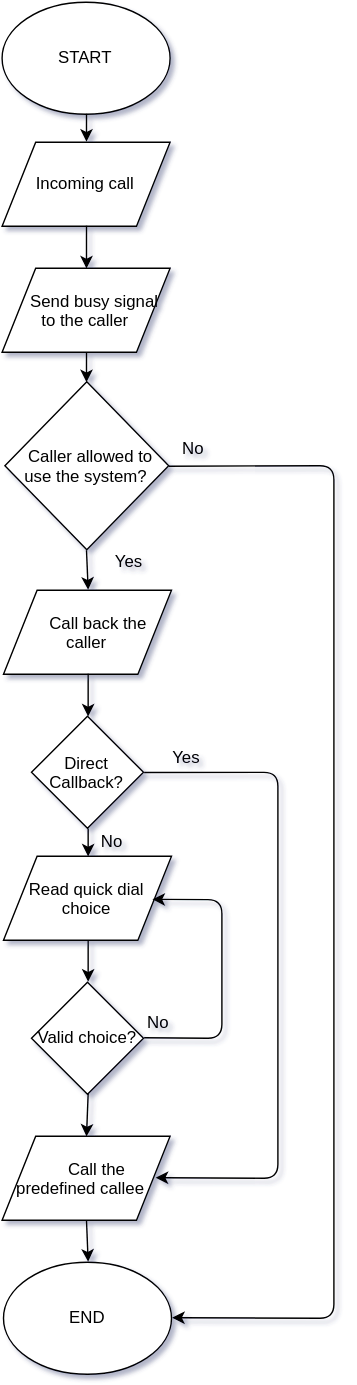
Before: docs/DISA.svg, a diagram exported from draw.io (zburgermeiszter/asterisk-disa-callback). Source tidied: cells renumbered, new cells last; positions are measured from the earlier drawing's top-left corner, leaving out a move shared by most shapes. Its diagram source:
```xml
<mxGraphModel background="#ffffff">
  <root>
    <mxCell id="0" />
    <mxCell id="1" parent="0" />
    <mxCell id="2" value="&amp;nbsp; Caller&lt;span style=&quot;line-height: 1.2&quot;&gt;&amp;nbsp;allowed to use the system?&lt;/span&gt;" style="rhombus;whiteSpace=wrap;html=1;" parent="1" vertex="1">
      <mxGeometry x="2" y="271" width="117" height="120" as="geometry" />
    </mxCell>
    <mxCell id="3" value="START" style="ellipse;whiteSpace=wrap;html=1;" parent="1" vertex="1">
      <mxGeometry width="120" height="80" as="geometry" />
    </mxCell>
    <mxCell id="4" value="Incoming call" style="shape=parallelogram;whiteSpace=wrap;html=1;" parent="1" vertex="1">
      <mxGeometry y="100" width="120" height="60" as="geometry" />
    </mxCell>
    <mxCell id="5" style="endArrow=classic;html=1;entryX=0.5;entryY=0;exitX=0.5;exitY=1;" parent="1" edge="1" source="3" target="4">
      <mxGeometry relative="1" as="geometry" />
    </mxCell>
    <mxCell id="6" value="Yes" style="text;html=1;align=left;verticalAlign=top;spacingTop=-4;" parent="1" vertex="1">
      <mxGeometry x="79" y="390" width="40" height="20" as="geometry" />
    </mxCell>
    <mxCell id="7" value="&amp;nbsp; &amp;nbsp; Send busy signal to the caller" style="shape=parallelogram;whiteSpace=wrap;html=1;" parent="1" vertex="1">
      <mxGeometry y="190" width="120" height="60" as="geometry" />
    </mxCell>
    <mxCell id="8" value="Direct Callback?" style="rhombus;whiteSpace=wrap;html=1;" parent="1" vertex="1">
      <mxGeometry x="21" y="510" width="80" height="80" as="geometry" />
    </mxCell>
    <mxCell id="9" style="endArrow=classic;html=1;exitX=1;exitY=0.5;entryX=0.91;entryY=0.494;entryPerimeter=0;" parent="1" edge="1" source="8" target="26">
      <mxGeometry relative="1" as="geometry">
        <Array as="points">
          <mxPoint x="197" y="550" />
          <mxPoint x="197" y="840" />
        </Array>
      </mxGeometry>
    </mxCell>
    <mxCell id="10" value="Yes" style="text;html=1;align=left;verticalAlign=top;spacingTop=-4;" parent="1" vertex="1">
      <mxGeometry x="120" y="530" width="40" height="20" as="geometry" />
    </mxCell>
    <mxCell id="11" value="&amp;nbsp; &amp;nbsp; &amp;nbsp;Call back the caller" style="shape=parallelogram;whiteSpace=wrap;html=1;" parent="1" vertex="1">
      <mxGeometry x="1" y="420" width="120" height="60" as="geometry" />
    </mxCell>
    <mxCell id="12" style="endArrow=classic;html=1;entryX=0.5;entryY=0;exitX=0.5;exitY=1;" parent="1" edge="1" source="4" target="7">
      <mxGeometry relative="1" as="geometry" />
    </mxCell>
    <mxCell id="13" style="endArrow=classic;html=1;entryX=0.5;entryY=0;exitX=0.5;exitY=1;" parent="1" edge="1" source="7" target="2">
      <mxGeometry relative="1" as="geometry" />
    </mxCell>
    <mxCell id="14" style="endArrow=classic;html=1;entryX=0.5;entryY=0;exitX=0.5;exitY=1;" parent="1" edge="1" source="2" target="11">
      <mxGeometry relative="1" as="geometry" />
    </mxCell>
    <mxCell id="15" style="endArrow=classic;html=1;exitX=0.5;exitY=1;entryX=0.5;entryY=0;" parent="1" edge="1" source="11" target="8">
      <mxGeometry relative="1" as="geometry" />
    </mxCell>
    <mxCell id="16" value="Read quick dial choice" style="shape=parallelogram;whiteSpace=wrap;html=1;" parent="1" vertex="1">
      <mxGeometry x="1" y="610" width="120" height="60" as="geometry" />
    </mxCell>
    <mxCell id="17" style="endArrow=classic;html=1;exitX=0.5;exitY=1;entryX=0.5;entryY=0;" parent="1" edge="1" source="8" target="16">
      <mxGeometry relative="1" as="geometry" />
    </mxCell>
    <mxCell id="18" value="Valid choice?" style="rhombus;whiteSpace=wrap;html=1;" parent="1" vertex="1">
      <mxGeometry x="21" y="700" width="80" height="80" as="geometry" />
    </mxCell>
    <mxCell id="19" style="endArrow=classic;html=1;entryX=0.5;entryY=0;exitX=0.5;exitY=1;" parent="1" edge="1" source="16" target="18">
      <mxGeometry relative="1" as="geometry" />
    </mxCell>
    <mxCell id="20" value="No" style="text;html=1;align=left;verticalAlign=top;spacingTop=-4;" parent="1" vertex="1">
      <mxGeometry x="69" y="590" width="30" height="20" as="geometry" />
    </mxCell>
    <mxCell id="21" style="endArrow=classic;html=1;exitX=1;exitY=0.5;entryX=0.889;entryY=0.52;entryPerimeter=0;" parent="1" edge="1" source="18" target="16">
      <mxGeometry relative="1" as="geometry">
        <Array as="points">
          <mxPoint x="157" y="740" />
          <mxPoint x="157" y="641" />
        </Array>
      </mxGeometry>
    </mxCell>
    <mxCell id="22" value="END" style="ellipse;whiteSpace=wrap;html=1;" parent="1" vertex="1">
      <mxGeometry x="1" y="900" width="120" height="80" as="geometry" />
    </mxCell>
    <mxCell id="23" style="endArrow=classic;html=1;exitX=1;exitY=0.5;entryX=1;entryY=0.5;" parent="1" edge="1" source="2" target="22">
      <mxGeometry relative="1" as="geometry">
        <Array as="points">
          <mxPoint x="237" y="331" />
          <mxPoint x="237" y="940" />
        </Array>
      </mxGeometry>
    </mxCell>
    <mxCell id="24" value="No" style="text;html=1;align=left;verticalAlign=top;spacingTop=-4;" parent="1" vertex="1">
      <mxGeometry x="127" y="309" width="30" height="20" as="geometry" />
    </mxCell>
    <mxCell id="25" value="No" style="text;html=1;align=left;verticalAlign=top;spacingTop=-4;" parent="1" vertex="1">
      <mxGeometry x="102" y="719" width="30" height="20" as="geometry" />
    </mxCell>
    <mxCell id="26" value="&lt;span&gt;&amp;nbsp; &amp;nbsp; &amp;nbsp;Call the predefined callee &amp;nbsp;&lt;/span&gt;" style="shape=parallelogram;whiteSpace=wrap;html=1;" parent="1" vertex="1">
      <mxGeometry y="810" width="120" height="60" as="geometry" />
    </mxCell>
    <mxCell id="27" style="endArrow=classic;html=1;entryX=0.5;entryY=0;exitX=0.5;exitY=1;" parent="1" edge="1" source="18" target="26">
      <mxGeometry relative="1" as="geometry" />
    </mxCell>
    <mxCell id="28" style="endArrow=classic;html=1;exitX=0.5;exitY=1;entryX=0.5;entryY=0;" parent="1" edge="1" source="26" target="22">
      <mxGeometry relative="1" as="geometry" />
    </mxCell>
  </root>
</mxGraphModel>
```
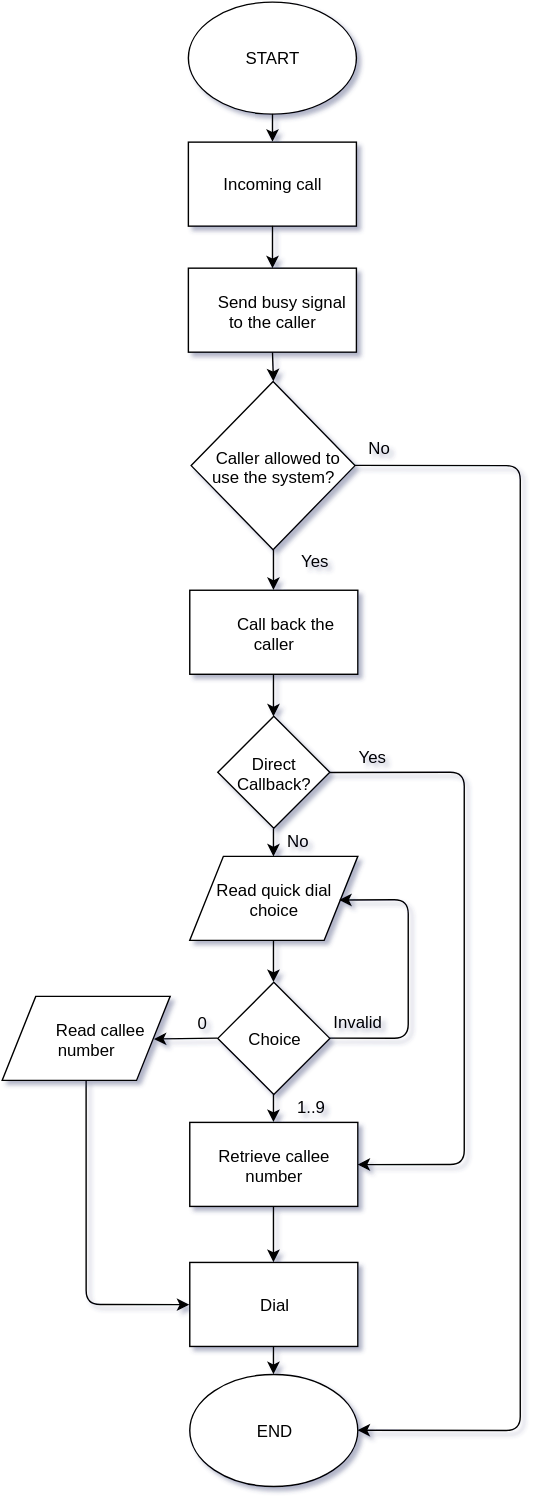
After the change.

Commit message:
DISA flowchart updated

The edit, as a diff of the source:
```diff
@@ -8,7 +8,7 @@
     <mxCell id="3" value="START" style="ellipse;whiteSpace=wrap;html=1;" parent="1" vertex="1">
       <mxGeometry width="120" height="80" as="geometry" />
     </mxCell>
-    <mxCell id="4" value="Incoming call" style="shape=parallelogram;whiteSpace=wrap;html=1;" parent="1" vertex="1">
+    <mxCell id="4" value="Incoming call" style="whiteSpace=wrap;html=1;" parent="1" vertex="1">
       <mxGeometry y="100" width="120" height="60" as="geometry" />
     </mxCell>
     <mxCell id="5" style="endArrow=classic;html=1;entryX=0.5;entryY=0;exitX=0.5;exitY=1;" parent="1" edge="1" source="3" target="4">
@@ -17,24 +17,24 @@
     <mxCell id="6" value="Yes" style="text;html=1;align=left;verticalAlign=top;spacingTop=-4;" parent="1" vertex="1">
       <mxGeometry x="79" y="390" width="40" height="20" as="geometry" />
     </mxCell>
-    <mxCell id="7" value="&amp;nbsp; &amp;nbsp; Send busy signal to the caller" style="shape=parallelogram;whiteSpace=wrap;html=1;" parent="1" vertex="1">
+    <mxCell id="7" value="&amp;nbsp; &amp;nbsp; Send busy signal to the caller" style="whiteSpace=wrap;html=1;" parent="1" vertex="1">
       <mxGeometry y="190" width="120" height="60" as="geometry" />
     </mxCell>
     <mxCell id="8" value="Direct Callback?" style="rhombus;whiteSpace=wrap;html=1;" parent="1" vertex="1">
       <mxGeometry x="21" y="510" width="80" height="80" as="geometry" />
     </mxCell>
-    <mxCell id="9" style="endArrow=classic;html=1;exitX=1;exitY=0.5;entryX=0.91;entryY=0.494;entryPerimeter=0;" parent="1" edge="1" source="8" target="26">
+    <mxCell id="9" style="endArrow=classic;html=1;exitX=1;exitY=0.5;entryX=1;entryY=0.5;" parent="1" edge="1" source="8" target="31">
       <mxGeometry relative="1" as="geometry">
         <Array as="points">
           <mxPoint x="197" y="550" />
-          <mxPoint x="197" y="840" />
+          <mxPoint x="197" y="830" />
         </Array>
       </mxGeometry>
     </mxCell>
     <mxCell id="10" value="Yes" style="text;html=1;align=left;verticalAlign=top;spacingTop=-4;" parent="1" vertex="1">
       <mxGeometry x="120" y="530" width="40" height="20" as="geometry" />
     </mxCell>
-    <mxCell id="11" value="&amp;nbsp; &amp;nbsp; &amp;nbsp;Call back the caller" style="shape=parallelogram;whiteSpace=wrap;html=1;" parent="1" vertex="1">
+    <mxCell id="11" value="&amp;nbsp; &amp;nbsp; &amp;nbsp;Call back the caller" style="whiteSpace=wrap;html=1;" parent="1" vertex="1">
       <mxGeometry x="1" y="420" width="120" height="60" as="geometry" />
     </mxCell>
     <mxCell id="12" style="endArrow=classic;html=1;entryX=0.5;entryY=0;exitX=0.5;exitY=1;" parent="1" edge="1" source="4" target="7">
@@ -55,7 +55,7 @@
     <mxCell id="17" style="endArrow=classic;html=1;exitX=0.5;exitY=1;entryX=0.5;entryY=0;" parent="1" edge="1" source="8" target="16">
       <mxGeometry relative="1" as="geometry" />
     </mxCell>
-    <mxCell id="18" value="Valid choice?" style="rhombus;whiteSpace=wrap;html=1;" parent="1" vertex="1">
+    <mxCell id="18" value="Choice" style="rhombus;whiteSpace=wrap;html=1;" parent="1" vertex="1">
       <mxGeometry x="21" y="700" width="80" height="80" as="geometry" />
     </mxCell>
     <mxCell id="19" style="endArrow=classic;html=1;entryX=0.5;entryY=0;exitX=0.5;exitY=1;" parent="1" edge="1" source="16" target="18">
@@ -73,30 +73,55 @@
       </mxGeometry>
     </mxCell>
     <mxCell id="22" value="END" style="ellipse;whiteSpace=wrap;html=1;" parent="1" vertex="1">
-      <mxGeometry x="1" y="900" width="120" height="80" as="geometry" />
+      <mxGeometry x="1" y="980" width="120" height="80" as="geometry" />
     </mxCell>
     <mxCell id="23" style="endArrow=classic;html=1;exitX=1;exitY=0.5;entryX=1;entryY=0.5;" parent="1" edge="1" source="2" target="22">
       <mxGeometry relative="1" as="geometry">
         <Array as="points">
           <mxPoint x="237" y="331" />
-          <mxPoint x="237" y="940" />
+          <mxPoint x="237" y="1020" />
         </Array>
       </mxGeometry>
     </mxCell>
     <mxCell id="24" value="No" style="text;html=1;align=left;verticalAlign=top;spacingTop=-4;" parent="1" vertex="1">
       <mxGeometry x="127" y="309" width="30" height="20" as="geometry" />
     </mxCell>
-    <mxCell id="25" value="No" style="text;html=1;align=left;verticalAlign=top;spacingTop=-4;" parent="1" vertex="1">
-      <mxGeometry x="102" y="719" width="30" height="20" as="geometry" />
+    <mxCell id="25" value="Invalid" style="text;html=1;align=left;verticalAlign=top;spacingTop=-4;" parent="1" vertex="1">
+      <mxGeometry x="102" y="719" width="50" height="20" as="geometry" />
     </mxCell>
-    <mxCell id="26" value="&lt;span&gt;&amp;nbsp; &amp;nbsp; &amp;nbsp;Call the predefined callee &amp;nbsp;&lt;/span&gt;" style="shape=parallelogram;whiteSpace=wrap;html=1;" parent="1" vertex="1">
-      <mxGeometry y="810" width="120" height="60" as="geometry" />
+    <mxCell id="26" value="Dial" style="whiteSpace=wrap;html=1;" parent="1" vertex="1">
+      <mxGeometry x="1" y="900" width="120" height="60" as="geometry" />
     </mxCell>
-    <mxCell id="27" style="endArrow=classic;html=1;entryX=0.5;entryY=0;exitX=0.5;exitY=1;" parent="1" edge="1" source="18" target="26">
+    <mxCell id="27" style="endArrow=classic;html=1;entryX=0.5;entryY=0;exitX=0.5;exitY=1;" parent="1" edge="1" source="31" target="26">
       <mxGeometry relative="1" as="geometry" />
     </mxCell>
     <mxCell id="28" style="endArrow=classic;html=1;exitX=0.5;exitY=1;entryX=0.5;entryY=0;" parent="1" edge="1" source="26" target="22">
       <mxGeometry relative="1" as="geometry" />
     </mxCell>
+    <mxCell id="29" value="&amp;nbsp; &amp;nbsp; &amp;nbsp;&amp;nbsp;&lt;span style=&quot;line-height: 1.2&quot;&gt;Read callee number&lt;/span&gt;" style="shape=parallelogram;whiteSpace=wrap;html=1;" parent="1" vertex="1">
+      <mxGeometry x="-133" y="710" width="120" height="60" as="geometry" />
+    </mxCell>
+    <mxCell id="30" style="endArrow=classic;html=1;exitX=0;exitY=0.5;entryX=0.902;entryY=0.503;entryPerimeter=0;" parent="1" edge="1" source="18" target="29">
+      <mxGeometry relative="1" as="geometry" />
+    </mxCell>
+    <mxCell id="31" value="Retrieve callee number" style="whiteSpace=wrap;html=1;" parent="1" vertex="1">
+      <mxGeometry x="1" y="800" width="120" height="60" as="geometry" />
+    </mxCell>
+    <mxCell id="32" style="endArrow=classic;html=1;exitX=0.5;exitY=1;entryX=0.5;entryY=0;" parent="1" edge="1" source="18" target="31">
+      <mxGeometry relative="1" as="geometry" />
+    </mxCell>
+    <mxCell id="33" value="1..9" style="text;html=1;align=left;verticalAlign=top;spacingTop=-4;" parent="1" vertex="1">
+      <mxGeometry x="76" y="780" width="40" height="20" as="geometry" />
+    </mxCell>
+    <mxCell id="34" value="0" style="text;html=1;align=left;verticalAlign=top;spacingTop=-4;" parent="1" vertex="1">
+      <mxGeometry x="5" y="720" width="20" height="20" as="geometry" />
+    </mxCell>
+    <mxCell id="35" style="endArrow=classic;html=1;exitX=0.5;exitY=1;entryX=0;entryY=0.5;" parent="1" edge="1" source="29" target="26">
+      <mxGeometry relative="1" as="geometry">
+        <Array as="points">
+          <mxPoint x="-73" y="930" />
+        </Array>
+      </mxGeometry>
+    </mxCell>
   </root>
 </mxGraphModel>
```
